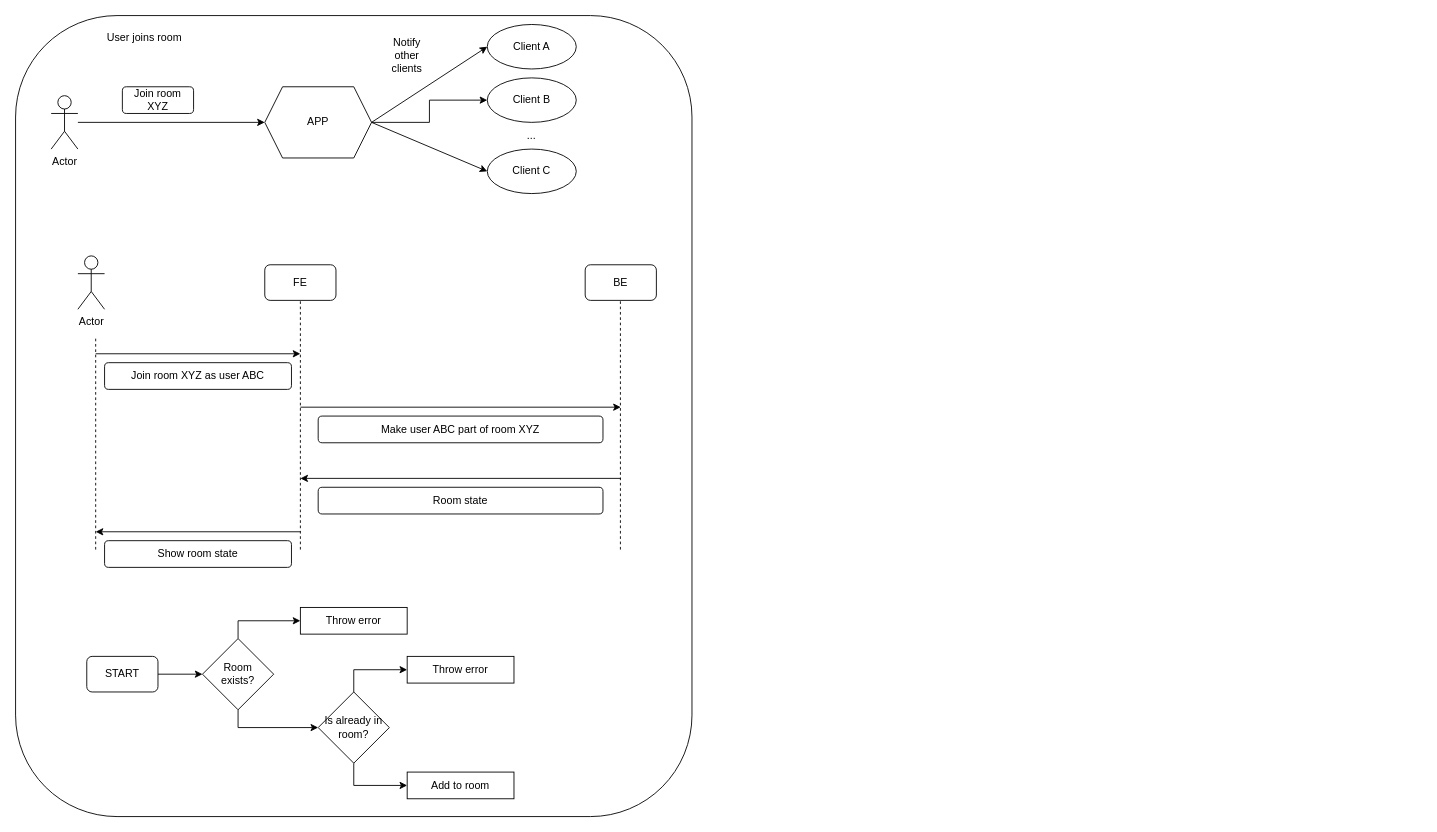
This is docs/events.drawio from AndreiLacatos/planning-poker, a draw.io file, before an edit. Source tidied: cells renumbered, new cells numbered last; positions are measured from the earlier drawing's top-left corner, leaving out a move shared by most shapes. Both pictures are drawn from the tidied source at 89%, with x=0, y=0 at pixel (15, 15).
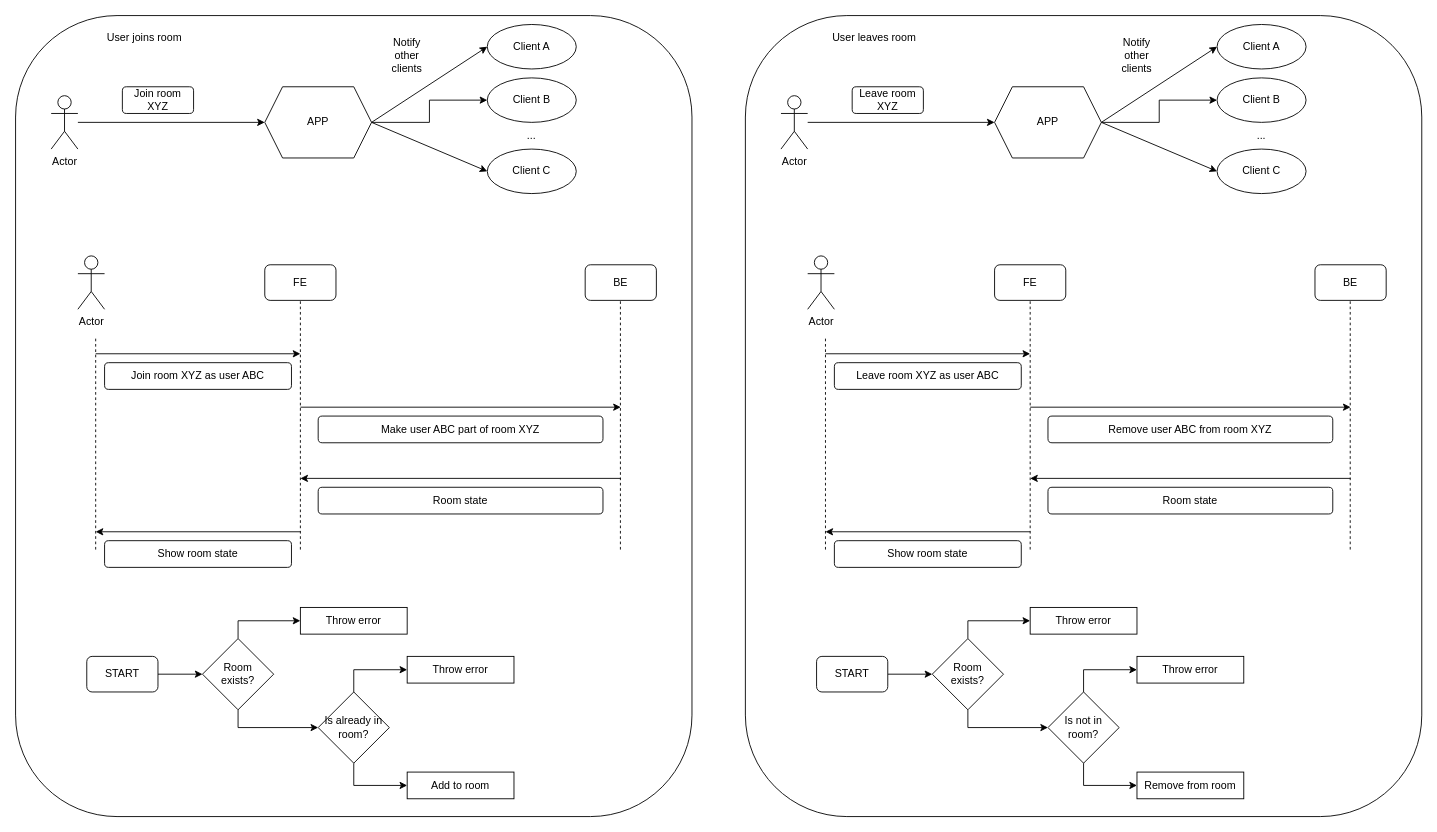
Above is the later version.

What changed in the source:
```diff
@@
+    <mxCell id="41" style="rounded=1;whiteSpace=wrap;html=1;" parent="1" vertex="1">
+      <mxGeometry x="820" width="760" height="900" as="geometry" />
+    </mxCell>
+    <mxCell id="42" value="User leaves room" style="text;html=1;align=center;verticalAlign=middle;whiteSpace=wrap;rounded=0;" parent="1" vertex="1">
+      <mxGeometry x="910" y="10" width="110" height="30" as="geometry" />
+    </mxCell>
+    <mxCell id="43" value="Actor" style="shape=umlActor;verticalLabelPosition=bottom;verticalAlign=top;html=1;outlineConnect=0;" parent="1" vertex="1">
+      <mxGeometry x="860" y="90" width="30" height="60" as="geometry" />
+    </mxCell>
+    <mxCell id="44" style="edgeStyle=orthogonalEdgeStyle;rounded=0;jettySize=auto;html=1;exitX=1;exitY=0.5;exitDx=0;exitDy=0;entryX=0;entryY=0.5;entryDx=0;entryDy=0;" parent="1" edge="1" source="45" target="50">
+      <mxGeometry relative="1" as="geometry" />
+    </mxCell>
+    <mxCell id="45" value="APP" style="shape=hexagon;perimeter=hexagonPerimeter2;whiteSpace=wrap;html=1;fixedSize=1;" parent="1" vertex="1">
+      <mxGeometry x="1100" y="80" width="120" height="80" as="geometry" />
+    </mxCell>
+    <mxCell id="46" style="endArrow=classic;html=1;rounded=0;entryX=0;entryY=0.5;entryDx=0;entryDy=0;" parent="1" edge="1" source="43" target="45">
+      <mxGeometry relative="1" as="geometry" />
+    </mxCell>
+    <mxCell id="47" value="Leave room XYZ" style="rounded=1;whiteSpace=wrap;html=1;" parent="1" vertex="1">
+      <mxGeometry x="940" y="80" width="80" height="30" as="geometry" />
+    </mxCell>
+    <mxCell id="48" value="Client A" style="ellipse;whiteSpace=wrap;html=1;" parent="1" vertex="1">
+      <mxGeometry x="1350" y="10" width="100" height="50" as="geometry" />
+    </mxCell>
+    <mxCell id="49" style="endArrow=classic;html=1;rounded=0;exitX=1;exitY=0.5;exitDx=0;exitDy=0;entryX=0;entryY=0.5;entryDx=0;entryDy=0;" parent="1" edge="1" source="45" target="48">
+      <mxGeometry relative="1" as="geometry" />
+    </mxCell>
+    <mxCell id="50" value="Client B" style="ellipse;whiteSpace=wrap;html=1;" parent="1" vertex="1">
+      <mxGeometry x="1350" y="70" width="100" height="50" as="geometry" />
+    </mxCell>
+    <mxCell id="51" value="Client C" style="ellipse;whiteSpace=wrap;html=1;" parent="1" vertex="1">
+      <mxGeometry x="1350" y="150" width="100" height="50" as="geometry" />
+    </mxCell>
+    <mxCell id="52" value="..." style="text;html=1;align=center;verticalAlign=middle;whiteSpace=wrap;rounded=0;" parent="1" vertex="1">
+      <mxGeometry x="1370" y="120" width="60" height="30" as="geometry" />
+    </mxCell>
+    <mxCell id="53" style="endArrow=classic;html=1;rounded=0;entryX=0;entryY=0.5;entryDx=0;entryDy=0;exitX=1;exitY=0.5;exitDx=0;exitDy=0;" parent="1" edge="1" source="45" target="51">
+      <mxGeometry relative="1" as="geometry" />
+    </mxCell>
+    <mxCell id="54" value="Notify other clients" style="text;html=1;align=center;verticalAlign=middle;whiteSpace=wrap;rounded=0;" parent="1" vertex="1">
+      <mxGeometry x="1230" y="30" width="60" height="30" as="geometry" />
+    </mxCell>
+    <mxCell id="55" value="BE" style="rounded=1;whiteSpace=wrap;html=1;" parent="1" vertex="1">
+      <mxGeometry x="1460" y="280" width="80" height="40" as="geometry" />
+    </mxCell>
+    <mxCell id="56" value="FE" style="rounded=1;whiteSpace=wrap;html=1;" parent="1" vertex="1">
+      <mxGeometry x="1100" y="280" width="80" height="40" as="geometry" />
+    </mxCell>
+    <mxCell id="57" value="Actor" style="shape=umlActor;verticalLabelPosition=bottom;verticalAlign=top;html=1;" parent="1" vertex="1">
+      <mxGeometry x="890" y="270" width="30" height="60" as="geometry" />
+    </mxCell>
+    <mxCell id="58" style="endArrow=none;dashed=1;html=1;rounded=0;entryX=0.5;entryY=1;entryDx=0;entryDy=0;" parent="1" edge="1" target="56">
+      <mxGeometry relative="1" as="geometry">
+        <mxPoint x="1140" y="600" as="sourcePoint" />
+      </mxGeometry>
+    </mxCell>
+    <mxCell id="59" style="endArrow=none;dashed=1;html=1;rounded=0;entryX=0.5;entryY=1;entryDx=0;entryDy=0;" parent="1" edge="1">
+      <mxGeometry relative="1" as="geometry">
+        <mxPoint x="1499.6" y="600" as="sourcePoint" />
+        <mxPoint x="1499.6" y="320" as="targetPoint" />
+      </mxGeometry>
+    </mxCell>
+    <mxCell id="60" style="endArrow=none;dashed=1;html=1;rounded=0;" parent="1" edge="1">
+      <mxGeometry relative="1" as="geometry">
+        <mxPoint x="910" y="600" as="sourcePoint" />
+        <mxPoint x="910" y="360" as="targetPoint" />
+      </mxGeometry>
+    </mxCell>
+    <mxCell id="61" style="endArrow=classic;html=1;rounded=0;" parent="1" edge="1">
+      <mxGeometry relative="1" as="geometry">
+        <mxPoint x="910" y="380" as="sourcePoint" />
+        <mxPoint x="1140" y="380" as="targetPoint" />
+      </mxGeometry>
+    </mxCell>
+    <mxCell id="62" value="Leave room XYZ as user ABC" style="rounded=1;whiteSpace=wrap;html=1;" parent="1" vertex="1">
+      <mxGeometry x="920" y="390" width="210" height="30" as="geometry" />
+    </mxCell>
+    <mxCell id="63" style="endArrow=classic;html=1;rounded=0;" parent="1" edge="1">
+      <mxGeometry relative="1" as="geometry">
+        <mxPoint x="1140" y="440" as="sourcePoint" />
+        <mxPoint x="1500" y="440" as="targetPoint" />
+      </mxGeometry>
+    </mxCell>
+    <mxCell id="64" value="Remove user ABC from room XYZ" style="rounded=1;whiteSpace=wrap;html=1;" parent="1" vertex="1">
+      <mxGeometry x="1160" y="450" width="320" height="30" as="geometry" />
+    </mxCell>
+    <mxCell id="65" style="endArrow=classic;html=1;rounded=0;" parent="1" edge="1">
+      <mxGeometry relative="1" as="geometry">
+        <mxPoint x="1500" y="520" as="sourcePoint" />
+        <mxPoint x="1140" y="520" as="targetPoint" />
+      </mxGeometry>
+    </mxCell>
+    <mxCell id="66" value="Room state" style="rounded=1;whiteSpace=wrap;html=1;" parent="1" vertex="1">
+      <mxGeometry x="1160" y="530" width="320" height="30" as="geometry" />
+    </mxCell>
+    <mxCell id="67" style="endArrow=classic;html=1;rounded=0;" parent="1" edge="1">
+      <mxGeometry relative="1" as="geometry">
+        <mxPoint x="1140" y="580" as="sourcePoint" />
+        <mxPoint x="910" y="580" as="targetPoint" />
+      </mxGeometry>
+    </mxCell>
+    <mxCell id="68" value="Show room state" style="rounded=1;whiteSpace=wrap;html=1;" parent="1" vertex="1">
+      <mxGeometry x="920" y="590" width="210" height="30" as="geometry" />
+    </mxCell>
+    <mxCell id="69" style="edgeStyle=orthogonalEdgeStyle;rounded=0;jettySize=auto;html=1;exitX=1;exitY=0.5;exitDx=0;exitDy=0;entryX=0;entryY=0.5;entryDx=0;entryDy=0;" parent="1" edge="1" source="70" target="73">
+      <mxGeometry relative="1" as="geometry" />
+    </mxCell>
+    <mxCell id="70" value="START" style="rounded=1;whiteSpace=wrap;html=1;" parent="1" vertex="1">
+      <mxGeometry x="900" y="720" width="80" height="40" as="geometry" />
+    </mxCell>
+    <mxCell id="71" style="edgeStyle=orthogonalEdgeStyle;rounded=0;jettySize=auto;html=1;exitX=0.5;exitY=0;exitDx=0;exitDy=0;entryX=0;entryY=0.5;entryDx=0;entryDy=0;" parent="1" edge="1" source="73" target="74">
+      <mxGeometry relative="1" as="geometry" />
+    </mxCell>
+    <mxCell id="72" style="edgeStyle=orthogonalEdgeStyle;rounded=0;jettySize=auto;html=1;exitX=0.5;exitY=1;exitDx=0;exitDy=0;entryX=0;entryY=0.5;entryDx=0;entryDy=0;" parent="1" edge="1" source="73" target="77">
+      <mxGeometry relative="1" as="geometry" />
+    </mxCell>
+    <mxCell id="73" value="&lt;div&gt;Room&lt;/div&gt;&lt;div&gt;exists?&lt;br&gt;&lt;/div&gt;" style="rhombus;whiteSpace=wrap;html=1;" parent="1" vertex="1">
+      <mxGeometry x="1030" y="700" width="80" height="80" as="geometry" />
+    </mxCell>
+    <mxCell id="74" value="Throw error" style="rounded=0;whiteSpace=wrap;html=1;" parent="1" vertex="1">
+      <mxGeometry x="1140" y="665" width="120" height="30" as="geometry" />
+    </mxCell>
+    <mxCell id="75" style="edgeStyle=orthogonalEdgeStyle;rounded=0;jettySize=auto;html=1;exitX=0.5;exitY=0;exitDx=0;exitDy=0;entryX=0;entryY=0.5;entryDx=0;entryDy=0;" parent="1" edge="1" source="77" target="78">
+      <mxGeometry relative="1" as="geometry" />
+    </mxCell>
+    <mxCell id="76" style="edgeStyle=orthogonalEdgeStyle;rounded=0;jettySize=auto;html=1;exitX=0.5;exitY=1;exitDx=0;exitDy=0;entryX=0;entryY=0.5;entryDx=0;entryDy=0;" parent="1" edge="1" source="77" target="79">
+      <mxGeometry relative="1" as="geometry" />
+    </mxCell>
+    <mxCell id="77" value="Is not in room?" style="rhombus;whiteSpace=wrap;html=1;" parent="1" vertex="1">
+      <mxGeometry x="1160" y="760" width="80" height="80" as="geometry" />
+    </mxCell>
+    <mxCell id="78" value="Throw error" style="rounded=0;whiteSpace=wrap;html=1;" parent="1" vertex="1">
+      <mxGeometry x="1260" y="720" width="120" height="30" as="geometry" />
+    </mxCell>
+    <mxCell id="79" value="Remove from room" style="rounded=0;whiteSpace=wrap;html=1;" parent="1" vertex="1">
+      <mxGeometry x="1260" y="850" width="120" height="30" as="geometry" />
+    </mxCell>
```
